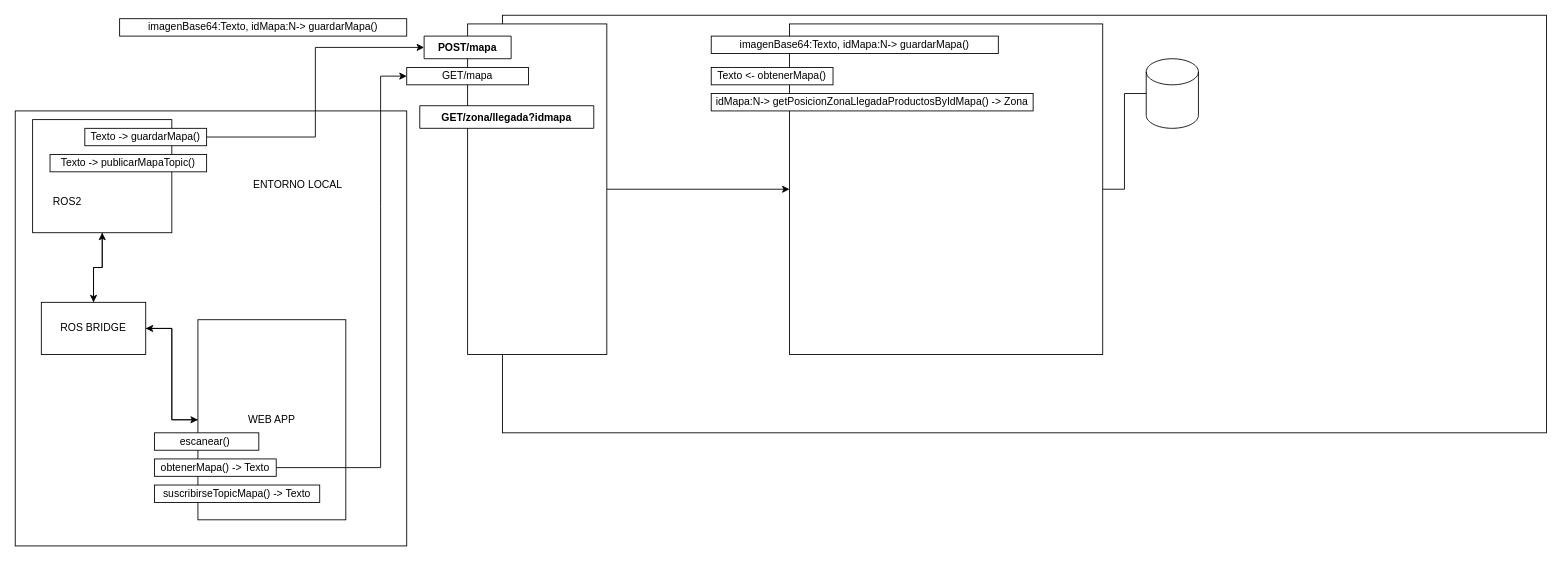
Before: page "Logica Negocio" (1 of 2) of doc/DiagramaBloques.drawio in GTI-3B-ProyectoRobotica/Automatix-Backend, a draw.io diagram. Source tidied: cells renumbered, new cells numbered last; positions are measured from the earlier drawing's top-left corner, leaving out a move shared by most shapes. Both pictures are drawn from the tidied source at 87%, with x=0, y=0 at pixel (15, 15).
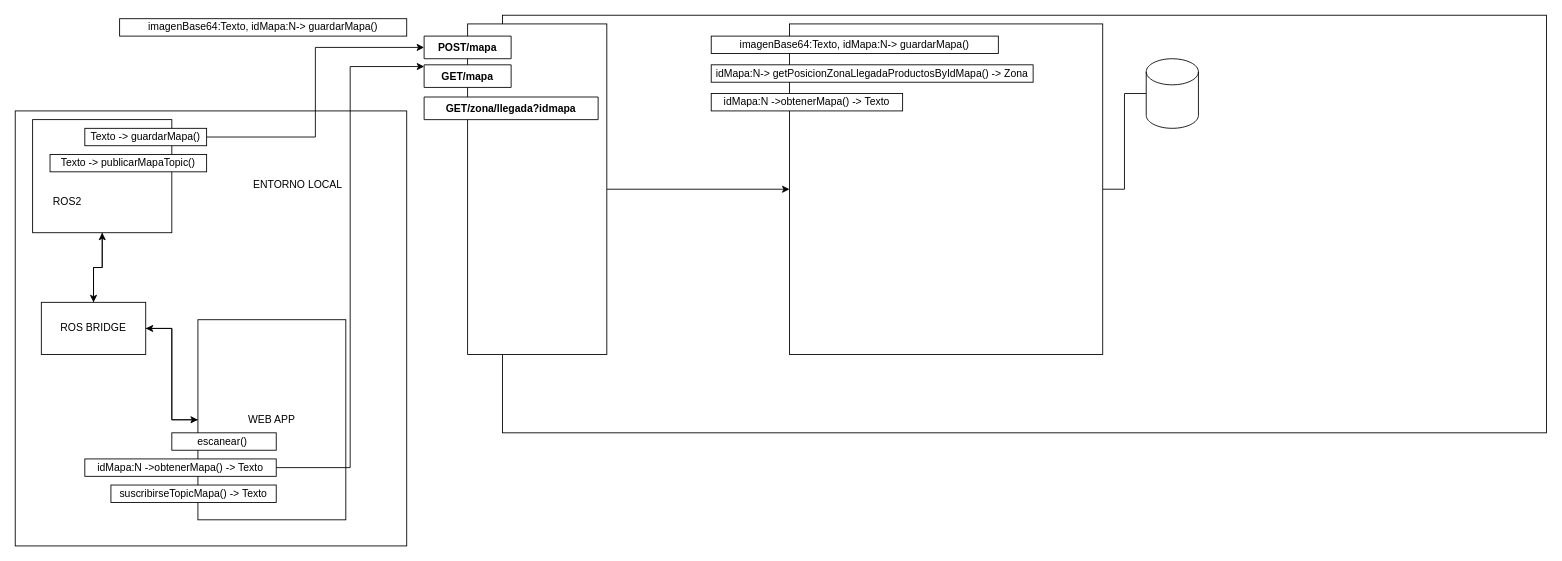
After the change.

Change to the diagram source:
```diff
@@
-    <mxCell id="12" value="GET/mapa" style="rounded=0;whiteSpace=wrap;html=1;" parent="1" vertex="1">
-      <mxGeometry x="450" y="60" width="140" height="20" as="geometry" />
-    </mxCell>
@@
-    <mxCell id="14" value="Texto &amp;lt;- obtenerMapa()" style="rounded=0;whiteSpace=wrap;html=1;" parent="1" vertex="1">
-      <mxGeometry x="800" y="60" width="140" height="20" as="geometry" />
-    </mxCell>
@@
+    <mxCell id="22" value="escanear()&amp;nbsp;" style="rounded=0;whiteSpace=wrap;html=1;" parent="1" vertex="1">
+      <mxGeometry x="180" y="480" width="120" height="20" as="geometry" />
+    </mxCell>
-    <mxCell id="21" style="endArrow=classic;html=1;rounded=0;exitX=1;exitY=0.5;exitDx=0;exitDy=0;entryX=0;entryY=0.5;entryDx=0;entryDy=0;" parent="1" edge="1" source="23" target="12">
-      <mxGeometry relative="1" as="geometry">
-        <Array as="points">
-          <mxPoint x="420" y="520" />
-          <mxPoint x="420" y="220" />
-          <mxPoint x="420" y="70" />
-        </Array>
-      </mxGeometry>
+    <mxCell id="21" style="edgeStyle=orthogonalEdgeStyle;rounded=0;jettySize=auto;html=1;entryX=0.001;entryY=0.076;entryDx=0;entryDy=0;entryPerimeter=0;" parent="1" edge="1" source="23" target="12">
+      <mxGeometry relative="1" as="geometry" />
     </mxCell>
-    <mxCell id="22" value="escanear()&amp;nbsp;" style="rounded=0;whiteSpace=wrap;html=1;" parent="1" vertex="1">
-      <mxGeometry x="160" y="480" width="120" height="20" as="geometry" />
-    </mxCell>
-    <mxCell id="23" value="obtenerMapa() -&amp;gt; Texto" style="rounded=0;whiteSpace=wrap;html=1;" parent="1" vertex="1">
-      <mxGeometry x="160" y="510" width="140" height="20" as="geometry" />
+    <mxCell id="23" value="idMapa:N -&amp;gt;obtenerMapa() -&amp;gt; Texto" style="rounded=0;whiteSpace=wrap;html=1;" parent="1" vertex="1">
+      <mxGeometry x="80" y="510" width="220" height="20" as="geometry" />
     </mxCell>
@@
     <mxCell id="26" value="suscribirseTopicMapa() -&amp;gt; Texto" style="rounded=0;whiteSpace=wrap;html=1;" parent="1" vertex="1">
-      <mxGeometry x="160" y="540" width="190" height="20" as="geometry" />
+      <mxGeometry x="110" y="540" width="190" height="20" as="geometry" />
     </mxCell>
@@
     <mxCell id="30" value="idMapa:N-&amp;gt; getPosicionZonaLlegadaProductosByIdMapa() -&amp;gt; Zona" style="rounded=0;whiteSpace=wrap;html=1;" parent="1" vertex="1">
-      <mxGeometry x="800" y="90" width="370" height="20" as="geometry" />
+      <mxGeometry x="800" y="57" width="370" height="20" as="geometry" />
     </mxCell>
     <mxCell id="31" value="GET/zona/llegada?idmapa" style="swimlane;fontStyle=1;align=center;verticalAlign=top;horizontal=1;startSize=26;" parent="1" vertex="1" collapsed="1">
-      <mxGeometry x="465" y="104" width="200" height="26" as="geometry" />
+      <mxGeometry x="470" y="94" width="200" height="26" as="geometry" />
     </mxCell>
+    <mxCell id="12" value="GET/mapa" style="swimlane;fontStyle=1;align=center;verticalAlign=top;horizontal=1;startSize=26;" parent="1" vertex="1" collapsed="1">
+      <mxGeometry x="470" y="57" width="100" height="26" as="geometry" />
+    </mxCell>
+    <mxCell id="32" value="idMapa:N -&amp;gt;obtenerMapa() -&amp;gt; Texto" style="rounded=0;whiteSpace=wrap;html=1;" parent="1" vertex="1">
+      <mxGeometry x="800" y="90" width="220" height="20" as="geometry" />
+    </mxCell>
```
